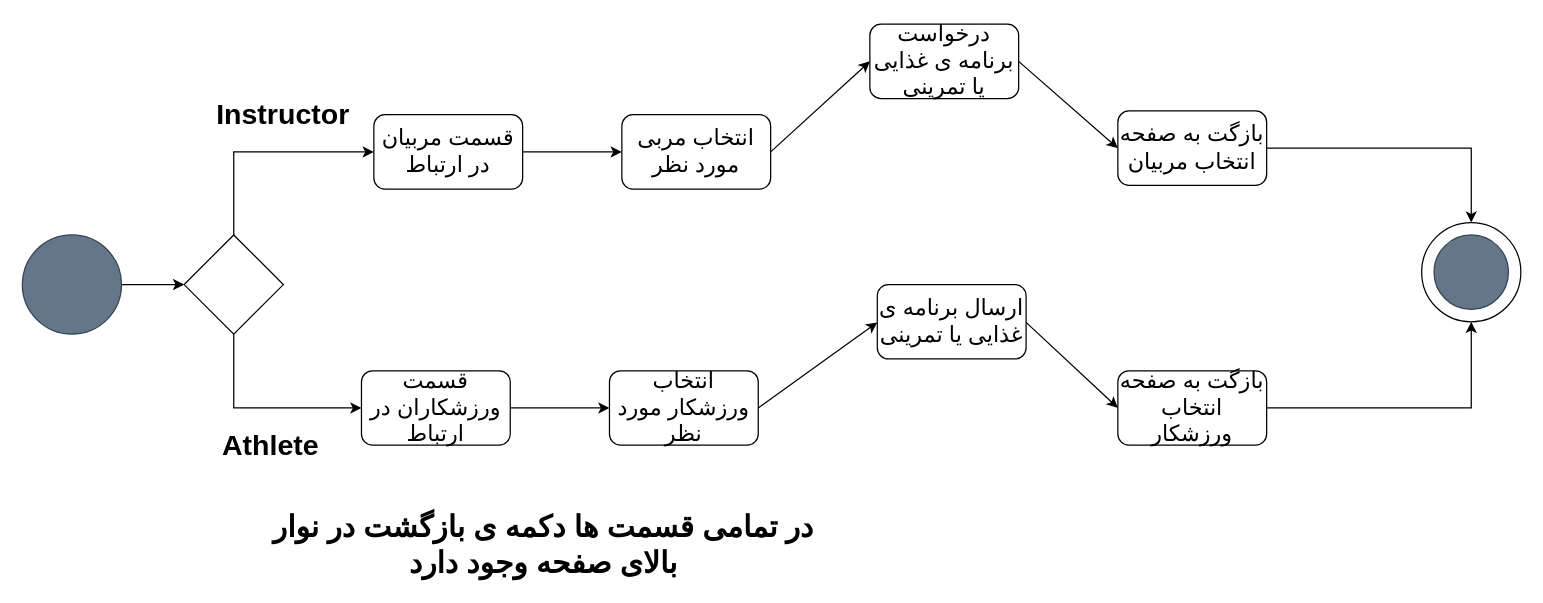
mmohajer9/sama-online-coaching-system keeps this draw.io diagram as Activity Diagram/Request for Program Activity Diagram.drawio. Above is the earlier version. Source tidied: cells renumbered, new cells numbered last; positions are measured from the earlier drawing's top-left corner, leaving out a move shared by most shapes. Both pictures are drawn from the tidied source at 124%, with x=0, y=0 at pixel (22, 24).
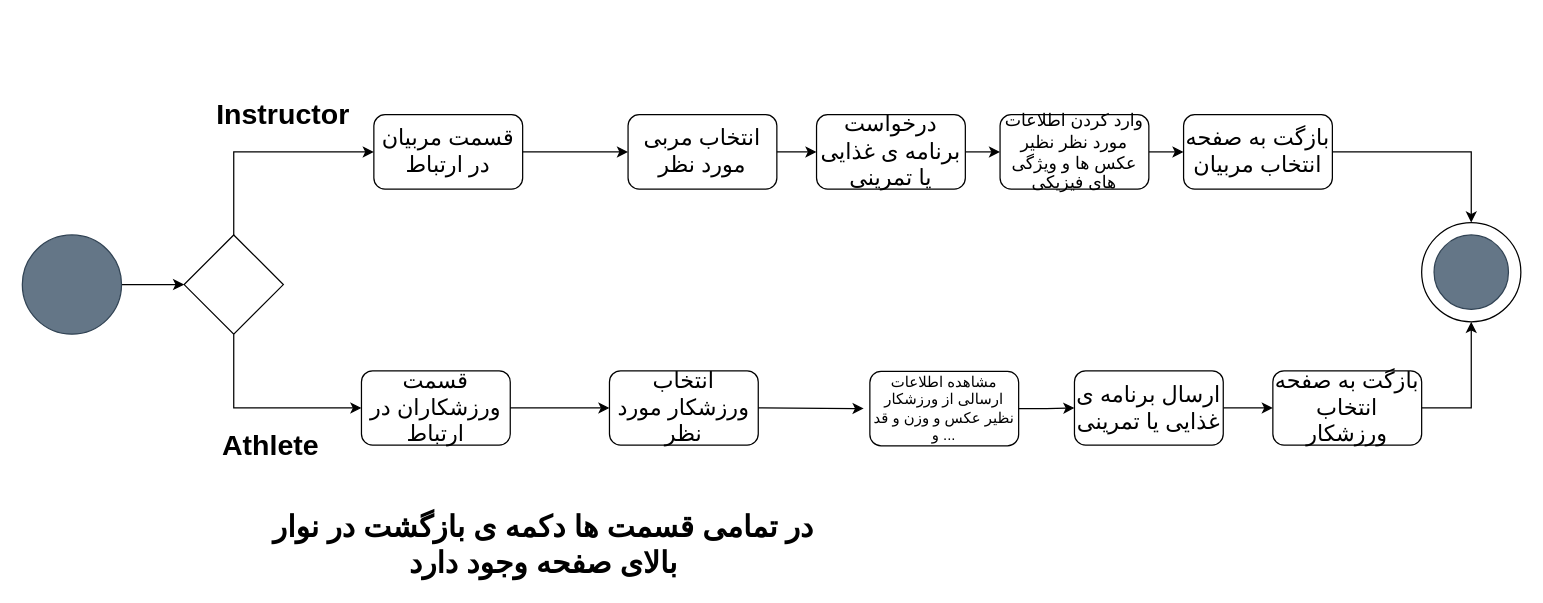
Above is the later version.

The change refers to these unchanged cells:
```xml
<mxCell id="11" value="&lt;font style=&quot;font-size: 18px&quot;&gt;انتخاب ورزشکار مورد نظر&lt;/font&gt;" style="rounded=1;whiteSpace=wrap;html=1;" parent="1" vertex="1">
  <mxGeometry x="473" y="279.5" width="120" height="60" as="geometry" />
</mxCell>
```

Change to the diagram source:
```diff
@@
     <mxCell id="3" value="&lt;font style=&quot;font-size: 18px&quot;&gt;انتخاب مربی مورد نظر&lt;/font&gt;" style="rounded=1;whiteSpace=wrap;html=1;" parent="1" vertex="1">
-      <mxGeometry x="483" y="73" width="120" height="60" as="geometry" />
+      <mxGeometry x="488" y="73" width="120" height="60" as="geometry" />
     </mxCell>
+    <mxCell id="28" style="edgeStyle=orthogonalEdgeStyle;rounded=0;jettySize=auto;html=1;exitX=1;exitY=0.5;exitDx=0;exitDy=0;entryX=0;entryY=0.5;entryDx=0;entryDy=0;" parent="1" edge="1" source="4" target="33">
+      <mxGeometry relative="1" as="geometry" />
+    </mxCell>
     <mxCell id="4" value="&lt;font style=&quot;font-size: 18px&quot;&gt;درخواست برنامه ی غذایی یا تمرینی&lt;/font&gt;" style="rounded=1;whiteSpace=wrap;html=1;" parent="1" vertex="1">
-      <mxGeometry x="683" width="120" height="60" as="geometry" />
+      <mxGeometry x="640" y="73" width="120" height="60" as="geometry" />
     </mxCell>
@@
     <mxCell id="7" value="&lt;font style=&quot;font-size: 18px&quot;&gt;بازگت به صفحه انتخاب مربیان&lt;/font&gt;" style="rounded=1;whiteSpace=wrap;html=1;" parent="1" vertex="1">
-      <mxGeometry x="883" y="70" width="120" height="60" as="geometry" />
+      <mxGeometry x="936" y="73" width="120" height="60" as="geometry" />
     </mxCell>
-    <mxCell id="8" style="endArrow=classic;html=1;exitX=1;exitY=0.5;exitDx=0;exitDy=0;entryX=0;entryY=0.5;entryDx=0;entryDy=0;" parent="1" edge="1" source="4" target="7">
-      <mxGeometry relative="1" as="geometry" />
-    </mxCell>
@@
+    <mxCell id="29" style="edgeStyle=orthogonalEdgeStyle;rounded=0;jettySize=auto;html=1;exitX=1;exitY=0.5;exitDx=0;exitDy=0;entryX=0;entryY=0.5;entryDx=0;entryDy=0;" parent="1" edge="1" source="12" target="15">
+      <mxGeometry relative="1" as="geometry" />
+    </mxCell>
     <mxCell id="12" value="&lt;font style=&quot;font-size: 18px&quot;&gt;ارسال برنامه ی غذایی یا تمرینی&lt;/font&gt;" style="rounded=1;whiteSpace=wrap;html=1;" parent="1" vertex="1">
-      <mxGeometry x="689" y="210" width="120" height="60" as="geometry" />
+      <mxGeometry x="848" y="279.5" width="120" height="60" as="geometry" />
     </mxCell>
-    <mxCell id="13" style="endArrow=classic;html=1;exitX=1;exitY=0.5;exitDx=0;exitDy=0;entryX=0;entryY=0.5;entryDx=0;entryDy=0;" parent="1" edge="1" source="11">
+    <mxCell id="13" style="endArrow=classic;html=1;exitX=1;exitY=0.5;exitDx=0;exitDy=0;" parent="1" edge="1" source="11">
       <mxGeometry relative="1" as="geometry">
-        <mxPoint x="689" y="240.5" as="targetPoint" />
+        <mxPoint x="678" y="310" as="targetPoint" />
       </mxGeometry>
     </mxCell>
@@
     <mxCell id="15" value="&lt;font style=&quot;font-size: 18px&quot;&gt;بازگت به صفحه انتخاب ورزشکار&lt;/font&gt;" style="rounded=1;whiteSpace=wrap;html=1;" parent="1" vertex="1">
-      <mxGeometry x="883" y="279.5" width="120" height="60" as="geometry" />
+      <mxGeometry x="1008" y="279.5" width="120" height="60" as="geometry" />
     </mxCell>
-    <mxCell id="16" style="endArrow=classic;html=1;exitX=1;exitY=0.5;exitDx=0;exitDy=0;entryX=0;entryY=0.5;entryDx=0;entryDy=0;" parent="1" edge="1">
-      <mxGeometry relative="1" as="geometry">
-        <mxPoint x="809" y="240.5" as="sourcePoint" />
-        <mxPoint x="883" y="309.5" as="targetPoint" />
-      </mxGeometry>
-    </mxCell>
@@
+    <mxCell id="30" style="edgeStyle=orthogonalEdgeStyle;rounded=0;jettySize=auto;html=1;exitX=1;exitY=0.5;exitDx=0;exitDy=0;entryX=0;entryY=0.5;entryDx=0;entryDy=0;" parent="1" edge="1" source="31" target="12">
+      <mxGeometry relative="1" as="geometry" />
+    </mxCell>
+    <mxCell id="31" value="مشاهده اطلاعات ارسالی از ورزشکار نظیر عکس و وزن و قد و ..." style="rounded=1;whiteSpace=wrap;html=1;" parent="1" vertex="1">
+      <mxGeometry x="683" y="280" width="120" height="60" as="geometry" />
+    </mxCell>
+    <mxCell id="32" style="edgeStyle=orthogonalEdgeStyle;rounded=0;jettySize=auto;html=1;exitX=1;exitY=0.5;exitDx=0;exitDy=0;entryX=0;entryY=0.5;entryDx=0;entryDy=0;" parent="1" edge="1" source="33" target="7">
+      <mxGeometry relative="1" as="geometry" />
+    </mxCell>
+    <mxCell id="33" value="&lt;font style=&quot;font-size: 14px&quot;&gt;وارد کردن اطلاعات مورد نظر نظیر عکس ها و ویژگی های فیزیکی&lt;/font&gt;" style="rounded=1;whiteSpace=wrap;html=1;" parent="1" vertex="1">
+      <mxGeometry x="788" y="73" width="120" height="60" as="geometry" />
+    </mxCell>
```
